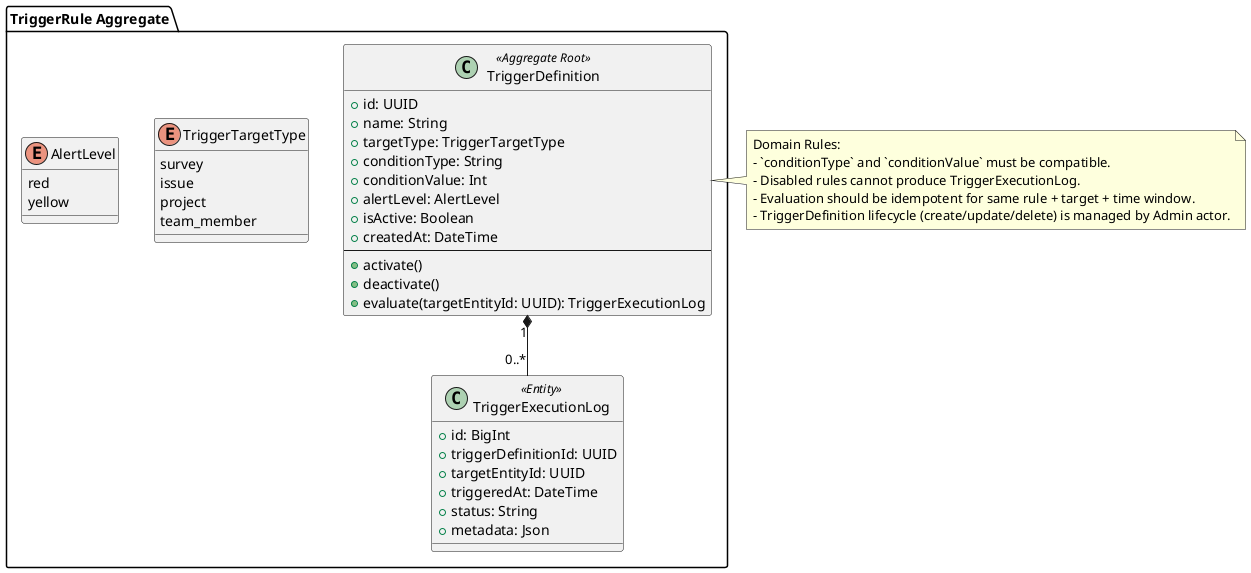
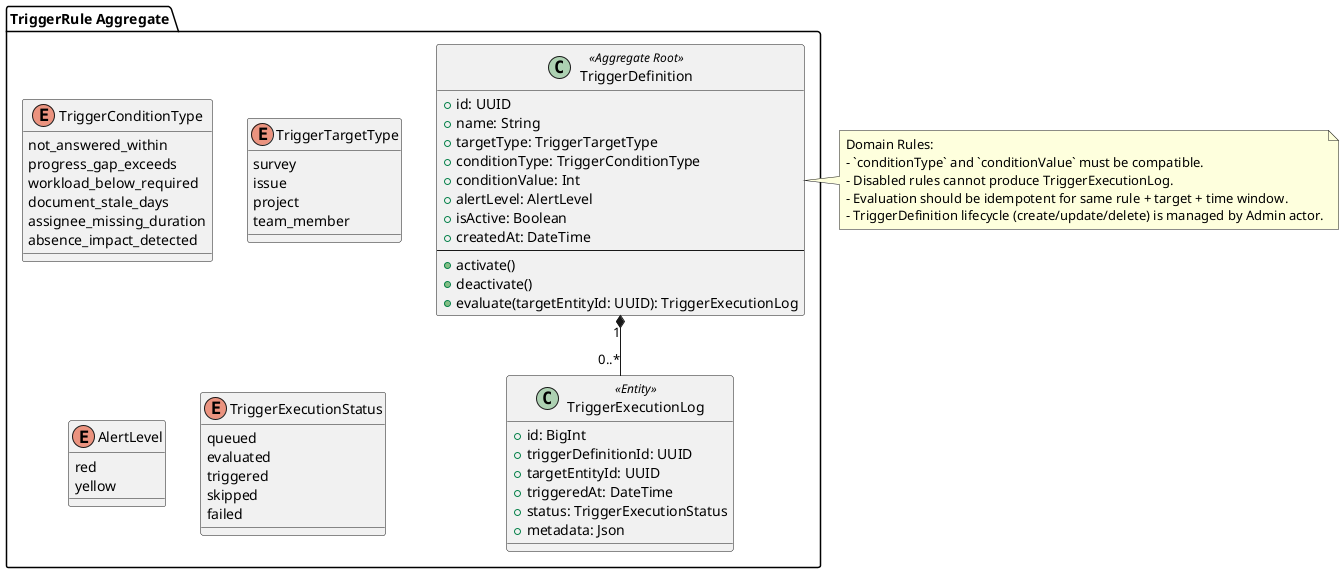
@startuml
package "TriggerRule Aggregate" {

  class TriggerDefinition <<Aggregate Root>> {
    +id: UUID
    +name: String
    +targetType: TriggerTargetType
-     +conditionType: String
+     +conditionType: TriggerConditionType
    +conditionValue: Int
    +alertLevel: AlertLevel
    +isActive: Boolean
    +createdAt: DateTime
    --
    +activate()
    +deactivate()
    +evaluate(targetEntityId: UUID): TriggerExecutionLog
+   }
+ 
+   enum TriggerConditionType {
+     not_answered_within
+     progress_gap_exceeds
+     workload_below_required
+     document_stale_days
+     assignee_missing_duration
+     absence_impact_detected
  }

  enum TriggerTargetType {
    survey
    issue
    project
    team_member
  }

  enum AlertLevel {
    red
    yellow
  }

  class TriggerExecutionLog <<Entity>> {
    +id: BigInt
    +triggerDefinitionId: UUID
    +targetEntityId: UUID
    +triggeredAt: DateTime
-     +status: String
+     +status: TriggerExecutionStatus
    +metadata: Json
+   }
+ 
+   enum TriggerExecutionStatus {
+     queued
+     evaluated
+     triggered
+     skipped
+     failed
  }

  TriggerDefinition "1" *-- "0..*" TriggerExecutionLog
}

note right of TriggerDefinition
Domain Rules:
- `conditionType` and `conditionValue` must be compatible.
- Disabled rules cannot produce TriggerExecutionLog.
- Evaluation should be idempotent for same rule + target + time window.
- TriggerDefinition lifecycle (create/update/delete) is managed by Admin actor.
end note

@enduml